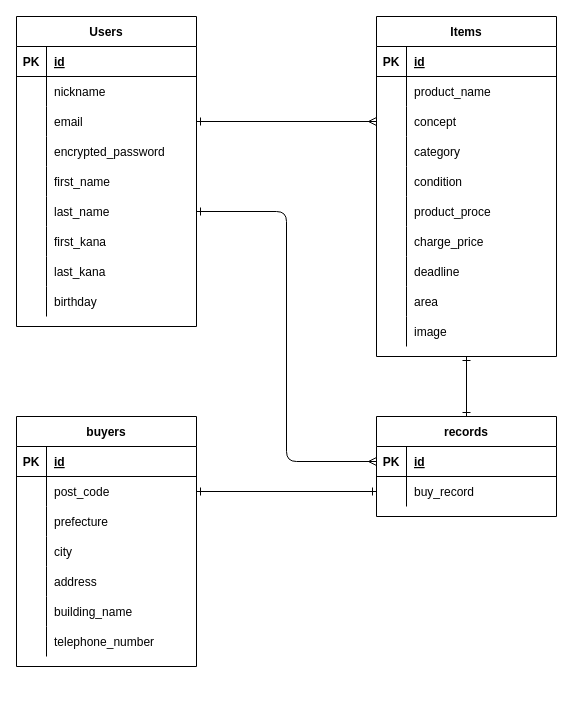
Above: er.dio in SuzukiYoiko/furima-38532 (draw.io), before the change. Source tidied: cells renumbered, new cells numbered last; positions are measured from the earlier drawing's top-left corner, leaving out a move shared by most shapes. Both pictures are drawn from the tidied source at 100%, with x=0, y=0 at pixel (16, 16).
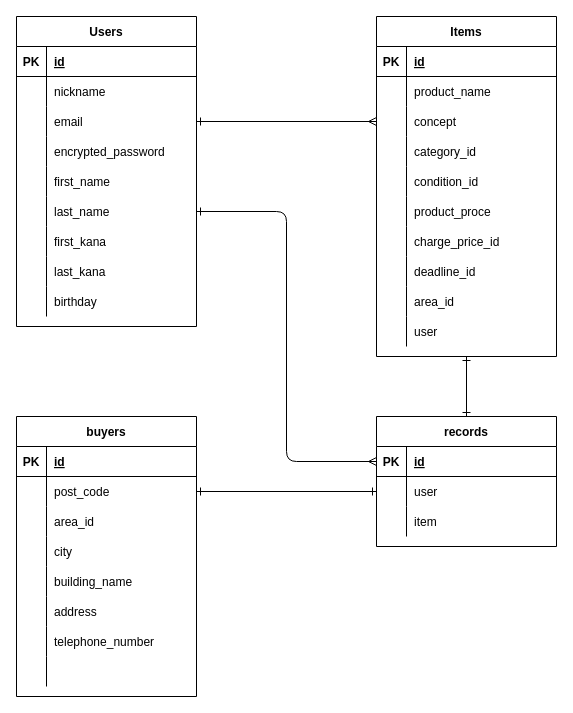
After the change.

Commit message:
データベース設計の修正3

Unchanged cells that the change refers to:
```xml
<mxCell id="41" style="shape=partialRectangle;fillColor=none;top=0;left=0;bottom=0;right=0;" parent="31" vertex="1">
  <mxGeometry y="120" width="180" height="30" as="geometry" />
</mxCell>
<mxCell id="44" style="shape=partialRectangle;fillColor=none;top=0;left=0;bottom=0;right=0;" parent="31" vertex="1">
  <mxGeometry y="150" width="180" height="30" as="geometry" />
</mxCell>
<mxCell id="50" style="shape=partialRectangle;fillColor=none;top=0;left=0;bottom=0;right=0;" parent="31" vertex="1">
  <mxGeometry y="210" width="180" height="30" as="geometry" />
</mxCell>
<mxCell id="53" style="shape=partialRectangle;fillColor=none;top=0;left=0;bottom=0;right=0;" parent="31" vertex="1">
  <mxGeometry y="240" width="180" height="30" as="geometry" />
</mxCell>
<mxCell id="56" style="shape=partialRectangle;fillColor=none;top=0;left=0;bottom=0;right=0;" parent="31" vertex="1">
  <mxGeometry y="270" width="180" height="30" as="geometry" />
</mxCell>
<mxCell id="59" style="shape=partialRectangle;fillColor=none;top=0;left=0;bottom=0;right=0;" parent="31" vertex="1">
  <mxGeometry y="300" width="180" height="30" as="geometry" />
</mxCell>
<mxCell id="69" style="shape=partialRectangle;fillColor=none;top=0;left=0;bottom=0;right=0;" parent="62" vertex="1">
  <mxGeometry y="90" width="180" height="30" as="geometry" />
</mxCell>
<mxCell id="75" style="shape=partialRectangle;fillColor=none;top=0;left=0;bottom=0;right=0;" parent="62" vertex="1">
  <mxGeometry y="150" width="180" height="30" as="geometry" />
</mxCell>
<mxCell id="78" style="shape=partialRectangle;fillColor=none;top=0;left=0;bottom=0;right=0;" parent="62" vertex="1">
  <mxGeometry y="180" width="180" height="30" as="geometry" />
</mxCell>
<mxCell id="88" style="shape=partialRectangle;fillColor=none;top=0;left=0;bottom=0;right=0;points=[[0,0.5],[1,0.5]];portConstraint=eastwest;" parent="84" vertex="1">
  <mxGeometry y="60" width="180" height="30" as="geometry" />
</mxCell>
```

Diff of the diagram source:
```diff
@@
-    <mxCell id="43" value="category" style="shape=partialRectangle;fillColor=none;top=0;left=0;bottom=0;right=0;align=left;spacingLeft=6;overflow=hidden;" parent="41" vertex="1">
+    <mxCell id="43" value="category_id" style="shape=partialRectangle;fillColor=none;top=0;left=0;bottom=0;right=0;align=left;spacingLeft=6;overflow=hidden;" parent="41" vertex="1">
       <mxGeometry x="30" width="150" height="30" as="geometry" />
     </mxCell>
@@
-    <mxCell id="46" value="condition" style="shape=partialRectangle;fillColor=none;top=0;left=0;bottom=0;right=0;align=left;spacingLeft=6;overflow=hidden;" parent="44" vertex="1">
+    <mxCell id="46" value="condition_id" style="shape=partialRectangle;fillColor=none;top=0;left=0;bottom=0;right=0;align=left;spacingLeft=6;overflow=hidden;" parent="44" vertex="1">
       <mxGeometry x="30" width="150" height="30" as="geometry" />
     </mxCell>
@@
-    <mxCell id="52" value="charge_price" style="shape=partialRectangle;fillColor=none;top=0;left=0;bottom=0;right=0;align=left;spacingLeft=6;overflow=hidden;" parent="50" vertex="1">
+    <mxCell id="52" value="charge_price_id" style="shape=partialRectangle;fillColor=none;top=0;left=0;bottom=0;right=0;align=left;spacingLeft=6;overflow=hidden;" parent="50" vertex="1">
       <mxGeometry x="30" width="150" height="30" as="geometry" />
     </mxCell>
@@
-    <mxCell id="55" value="deadline" style="shape=partialRectangle;fillColor=none;top=0;left=0;bottom=0;right=0;align=left;spacingLeft=6;overflow=hidden;" parent="53" vertex="1">
+    <mxCell id="55" value="deadline_id" style="shape=partialRectangle;fillColor=none;top=0;left=0;bottom=0;right=0;align=left;spacingLeft=6;overflow=hidden;" parent="53" vertex="1">
       <mxGeometry x="30" width="150" height="30" as="geometry" />
     </mxCell>
@@
-    <mxCell id="58" value="area" style="shape=partialRectangle;fillColor=none;top=0;left=0;bottom=0;right=0;align=left;spacingLeft=6;overflow=hidden;" parent="56" vertex="1">
+    <mxCell id="58" value="area_id" style="shape=partialRectangle;fillColor=none;top=0;left=0;bottom=0;right=0;align=left;spacingLeft=6;overflow=hidden;" parent="56" vertex="1">
       <mxGeometry x="30" width="150" height="30" as="geometry" />
     </mxCell>
@@
-    <mxCell id="61" value="image" style="shape=partialRectangle;fillColor=none;top=0;left=0;bottom=0;right=0;align=left;spacingLeft=6;overflow=hidden;" parent="59" vertex="1">
+    <mxCell id="61" value="user" style="shape=partialRectangle;fillColor=none;top=0;left=0;bottom=0;right=0;align=left;spacingLeft=6;overflow=hidden;" parent="59" vertex="1">
       <mxGeometry x="30" width="150" height="30" as="geometry" />
     </mxCell>
     <mxCell id="62" value="buyers" style="shape=table;startSize=30;childLayout=tableLayout;rowLines=0;fontStyle=1;align=center;fillColor=none;" parent="1" vertex="1">
-      <mxGeometry y="400" width="180" height="250" as="geometry" />
+      <mxGeometry y="400" width="180" height="280" as="geometry" />
     </mxCell>
@@
-    <mxCell id="71" value="prefecture" style="shape=partialRectangle;fillColor=none;top=0;left=0;bottom=0;right=0;align=left;spacingLeft=6;overflow=hidden;" parent="69" vertex="1">
+    <mxCell id="71" value="area_id" style="shape=partialRectangle;fillColor=none;top=0;left=0;bottom=0;right=0;align=left;spacingLeft=6;overflow=hidden;" parent="69" vertex="1">
       <mxGeometry x="30" width="150" height="30" as="geometry" />
     </mxCell>
@@
-    <mxCell id="77" value="address" style="shape=partialRectangle;fillColor=none;top=0;left=0;bottom=0;right=0;align=left;spacingLeft=6;overflow=hidden;" parent="75" vertex="1">
+    <mxCell id="77" value="building_name" style="shape=partialRectangle;fillColor=none;top=0;left=0;bottom=0;right=0;align=left;spacingLeft=6;overflow=hidden;" parent="75" vertex="1">
       <mxGeometry x="30" width="150" height="30" as="geometry" />
     </mxCell>
@@
-    <mxCell id="80" value="building_name" style="shape=partialRectangle;fillColor=none;top=0;left=0;bottom=0;right=0;align=left;spacingLeft=6;overflow=hidden;" parent="78" vertex="1">
+    <mxCell id="80" value="address" style="shape=partialRectangle;fillColor=none;top=0;left=0;bottom=0;right=0;align=left;spacingLeft=6;overflow=hidden;" parent="78" vertex="1">
       <mxGeometry x="30" width="150" height="30" as="geometry" />
     </mxCell>
@@
+    <mxCell id="94" style="shape=partialRectangle;fillColor=none;top=0;left=0;bottom=0;right=0;" parent="62" vertex="1">
+      <mxGeometry y="240" width="180" height="30" as="geometry" />
+    </mxCell>
+    <mxCell id="95" style="shape=partialRectangle;fillColor=none;top=0;left=0;bottom=0;right=0;overflow=hidden;" parent="94" vertex="1">
+      <mxGeometry width="30" height="30" as="geometry" />
+    </mxCell>
+    <mxCell id="96" style="shape=partialRectangle;fillColor=none;top=0;left=0;bottom=0;right=0;align=left;spacingLeft=6;overflow=hidden;" parent="94" vertex="1">
+      <mxGeometry x="30" width="150" height="30" as="geometry" />
+    </mxCell>
     <mxCell id="84" value="records" style="shape=table;startSize=30;childLayout=tableLayout;rowLines=0;fontStyle=1;align=center;fillColor=none;" parent="1" vertex="1">
-      <mxGeometry x="360" y="400" width="180" height="100" as="geometry" />
+      <mxGeometry x="360" y="400" width="180" height="130" as="geometry" />
     </mxCell>
@@
-    <mxCell id="90" value="buy_record" style="shape=partialRectangle;fillColor=none;top=0;left=0;bottom=0;right=0;align=left;spacingLeft=6;overflow=hidden;" parent="88" vertex="1">
+    <mxCell id="90" value="user" style="shape=partialRectangle;fillColor=none;top=0;left=0;bottom=0;right=0;align=left;spacingLeft=6;overflow=hidden;" parent="88" vertex="1">
       <mxGeometry x="30" width="150" height="30" as="geometry" />
     </mxCell>
+    <mxCell id="97" style="shape=partialRectangle;fillColor=none;top=0;left=0;bottom=0;right=0;" parent="84" vertex="1">
+      <mxGeometry y="90" width="180" height="30" as="geometry" />
+    </mxCell>
+    <mxCell id="98" style="shape=partialRectangle;fillColor=none;top=0;left=0;bottom=0;right=0;overflow=hidden;" parent="97" vertex="1">
+      <mxGeometry width="30" height="30" as="geometry" />
+    </mxCell>
+    <mxCell id="99" value="item" style="shape=partialRectangle;fillColor=none;top=0;left=0;bottom=0;right=0;align=left;spacingLeft=6;overflow=hidden;" parent="97" vertex="1">
+      <mxGeometry x="30" width="150" height="30" as="geometry" />
+    </mxCell>
```
